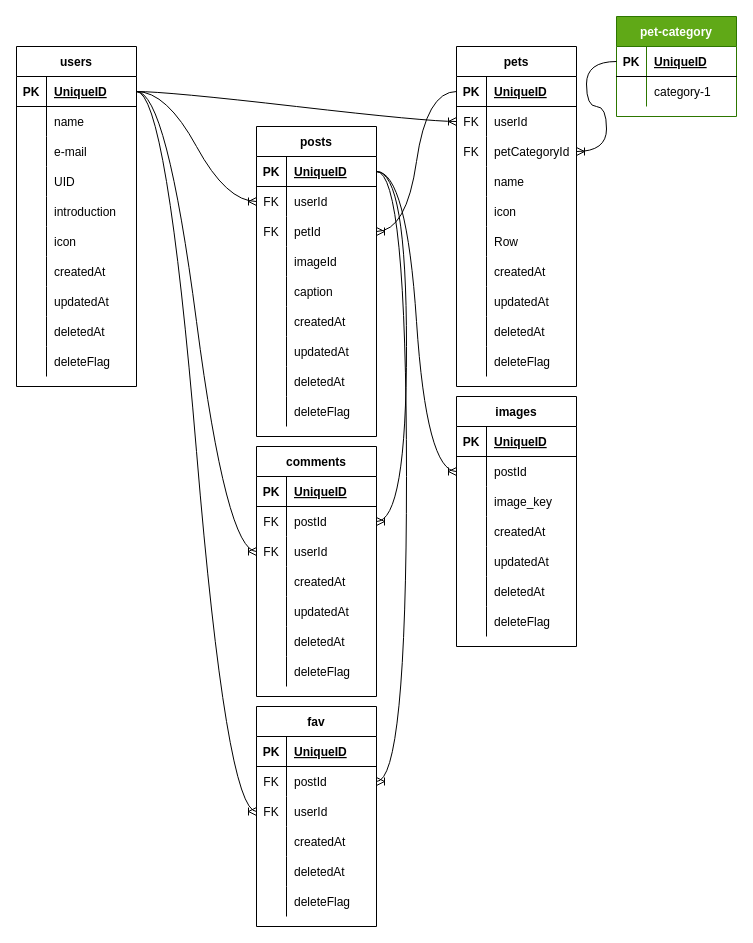
BC-Team1/pet-photo-SNS keeps this draw.io diagram as petSNS.drawio. Above is the earlier version. Source tidied: cells renumbered, new cells numbered last; positions are measured from the earlier drawing's top-left corner, leaving out a move shared by most shapes. Both pictures are drawn from the tidied source at 100%, with x=0, y=0 at pixel (16, 16).
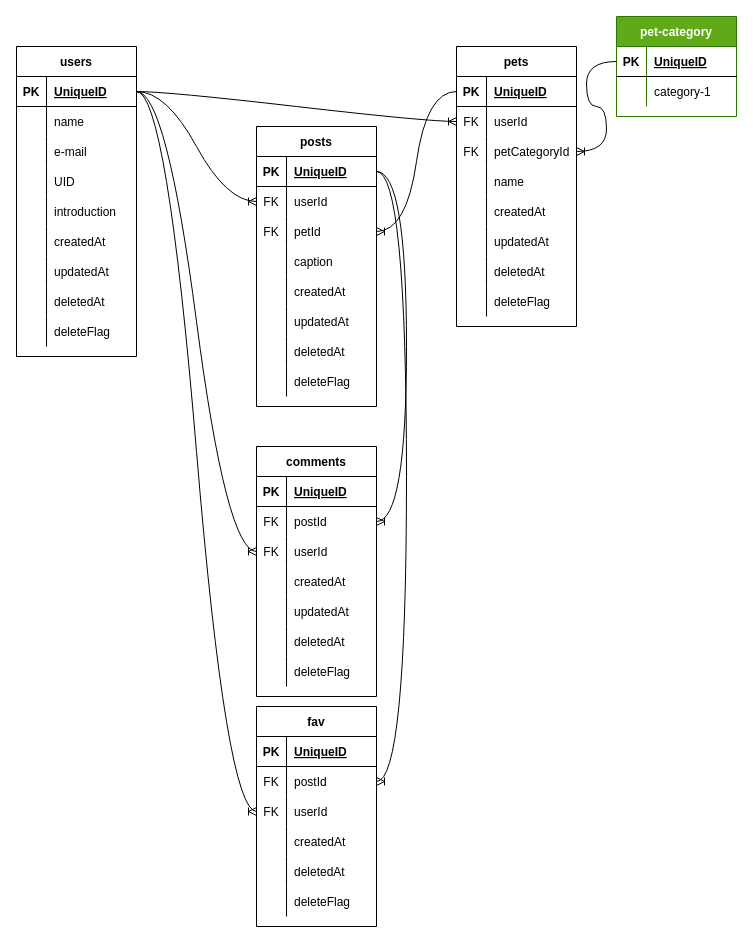
Above is the later version.

Unchanged cells that the change refers to:
```xml
<mxCell id="41" style="shape=partialRectangle;fillColor=none;top=0;left=0;bottom=1;right=0;points=[[0,0.5],[1,0.5]];portConstraint=eastwest;rounded=0;" parent="40" vertex="1">
  <mxGeometry y="30" width="120" height="30" as="geometry" />
</mxCell>
```

Change to the diagram source:
```diff
@@
     <mxCell id="9" value="users" style="shape=table;startSize=30;childLayout=tableLayout;rowLines=0;fontStyle=1;align=center;rounded=0;" parent="1" vertex="1">
-      <mxGeometry y="30" width="120" height="340" as="geometry" />
+      <mxGeometry y="30" width="120" height="310" as="geometry" />
     </mxCell>
@@
-    <mxCell id="25" style="shape=partialRectangle;fillColor=none;top=0;left=0;bottom=0;right=0;rounded=0;" parent="9" vertex="1">
-      <mxGeometry y="180" width="120" height="30" as="geometry" />
-    </mxCell>
-    <mxCell id="26" style="shape=partialRectangle;fillColor=none;top=0;left=0;bottom=0;right=0;overflow=hidden;rounded=0;" parent="25" vertex="1">
-      <mxGeometry width="30" height="30" as="geometry" />
-    </mxCell>
-    <mxCell id="27" value="icon" style="shape=partialRectangle;fillColor=none;top=0;left=0;bottom=0;right=0;align=left;spacingLeft=6;overflow=hidden;rounded=0;" parent="25" vertex="1">
-      <mxGeometry x="30" width="90" height="30" as="geometry" />
-    </mxCell>
     <mxCell id="28" style="shape=partialRectangle;fillColor=none;top=0;left=0;bottom=0;right=0;rounded=0;" parent="9" vertex="1">
-      <mxGeometry y="210" width="120" height="30" as="geometry" />
+      <mxGeometry y="180" width="120" height="30" as="geometry" />
     </mxCell>
@@
     <mxCell id="31" style="shape=partialRectangle;fillColor=none;top=0;left=0;bottom=0;right=0;rounded=0;" parent="9" vertex="1">
-      <mxGeometry y="240" width="120" height="30" as="geometry" />
+      <mxGeometry y="210" width="120" height="30" as="geometry" />
     </mxCell>
@@
     <mxCell id="34" style="shape=partialRectangle;fillColor=none;top=0;left=0;bottom=0;right=0;rounded=0;" parent="9" vertex="1">
-      <mxGeometry y="270" width="120" height="30" as="geometry" />
+      <mxGeometry y="240" width="120" height="30" as="geometry" />
     </mxCell>
@@
     <mxCell id="37" style="shape=partialRectangle;fillColor=none;top=0;left=0;bottom=0;right=0;rounded=0;" parent="9" vertex="1">
-      <mxGeometry y="300" width="120" height="30" as="geometry" />
+      <mxGeometry y="270" width="120" height="30" as="geometry" />
     </mxCell>
@@
     <mxCell id="40" value="posts" style="shape=table;startSize=30;childLayout=tableLayout;rowLines=0;fontStyle=1;align=center;rounded=0;" parent="1" vertex="1">
-      <mxGeometry x="240" y="110" width="120" height="310" as="geometry" />
+      <mxGeometry x="240" y="110" width="120" height="280" as="geometry" />
     </mxCell>
@@
-    <mxCell id="50" style="shape=partialRectangle;fillColor=none;top=0;left=0;bottom=0;right=0;rounded=0;" parent="40" vertex="1">
-      <mxGeometry y="120" width="120" height="30" as="geometry" />
-    </mxCell>
-    <mxCell id="51" style="shape=partialRectangle;fillColor=none;top=0;left=0;bottom=0;right=0;overflow=hidden;rounded=0;" parent="50" vertex="1">
-      <mxGeometry width="30" height="30" as="geometry" />
-    </mxCell>
-    <mxCell id="52" value="imageId" style="shape=partialRectangle;fillColor=none;top=0;left=0;bottom=0;right=0;align=left;spacingLeft=6;overflow=hidden;rounded=0;" parent="50" vertex="1">
-      <mxGeometry x="30" width="90" height="30" as="geometry" />
-    </mxCell>
     <mxCell id="53" style="shape=partialRectangle;fillColor=none;top=0;left=0;bottom=0;right=0;rounded=0;" parent="40" vertex="1">
-      <mxGeometry y="150" width="120" height="30" as="geometry" />
+      <mxGeometry y="120" width="120" height="30" as="geometry" />
     </mxCell>
@@
     <mxCell id="56" style="shape=partialRectangle;fillColor=none;top=0;left=0;bottom=0;right=0;rounded=0;" parent="40" vertex="1">
-      <mxGeometry y="180" width="120" height="30" as="geometry" />
+      <mxGeometry y="150" width="120" height="30" as="geometry" />
     </mxCell>
@@
     <mxCell id="59" style="shape=partialRectangle;fillColor=none;top=0;left=0;bottom=0;right=0;rounded=0;" parent="40" vertex="1">
-      <mxGeometry y="210" width="120" height="30" as="geometry" />
+      <mxGeometry y="180" width="120" height="30" as="geometry" />
     </mxCell>
@@
     <mxCell id="62" style="shape=partialRectangle;fillColor=none;top=0;left=0;bottom=0;right=0;rounded=0;" parent="40" vertex="1">
-      <mxGeometry y="240" width="120" height="30" as="geometry" />
+      <mxGeometry y="210" width="120" height="30" as="geometry" />
     </mxCell>
@@
     <mxCell id="65" style="shape=partialRectangle;fillColor=none;top=0;left=0;bottom=0;right=0;rounded=0;" parent="40" vertex="1">
-      <mxGeometry y="270" width="120" height="30" as="geometry" />
+      <mxGeometry y="240" width="120" height="30" as="geometry" />
     </mxCell>
@@
     <mxCell id="68" value="pets" style="shape=table;startSize=30;childLayout=tableLayout;rowLines=0;fontStyle=1;align=center;rounded=0;" parent="1" vertex="1">
-      <mxGeometry x="440" y="30" width="120" height="340" as="geometry" />
+      <mxGeometry x="440" y="30" width="120" height="280" as="geometry" />
     </mxCell>
@@
-    <mxCell id="81" style="shape=partialRectangle;fillColor=none;top=0;left=0;bottom=0;right=0;rounded=0;" parent="68" vertex="1">
-      <mxGeometry y="150" width="120" height="30" as="geometry" />
-    </mxCell>
-    <mxCell id="82" style="shape=partialRectangle;fillColor=none;top=0;left=0;bottom=0;right=0;overflow=hidden;rounded=0;" parent="81" vertex="1">
-      <mxGeometry width="30" height="30" as="geometry" />
-    </mxCell>
-    <mxCell id="83" value="icon" style="shape=partialRectangle;fillColor=none;top=0;left=0;bottom=0;right=0;align=left;spacingLeft=6;overflow=hidden;rounded=0;" parent="81" vertex="1">
-      <mxGeometry x="30" width="90" height="30" as="geometry" />
-    </mxCell>
-    <mxCell id="84" style="shape=partialRectangle;fillColor=none;top=0;left=0;bottom=0;right=0;" parent="68" vertex="1">
-      <mxGeometry y="180" width="120" height="30" as="geometry" />
-    </mxCell>
-    <mxCell id="85" style="shape=partialRectangle;fillColor=none;top=0;left=0;bottom=0;right=0;overflow=hidden;" parent="84" vertex="1">
-      <mxGeometry width="30" height="30" as="geometry" />
-    </mxCell>
-    <mxCell id="86" value="Row" style="shape=partialRectangle;fillColor=none;top=0;left=0;bottom=0;right=0;align=left;spacingLeft=6;overflow=hidden;" parent="84" vertex="1">
-      <mxGeometry x="30" width="90" height="30" as="geometry" />
-    </mxCell>
     <mxCell id="87" style="shape=partialRectangle;fillColor=none;top=0;left=0;bottom=0;right=0;rounded=0;" parent="68" vertex="1">
-      <mxGeometry y="210" width="120" height="30" as="geometry" />
+      <mxGeometry y="150" width="120" height="30" as="geometry" />
     </mxCell>
@@
     <mxCell id="90" style="shape=partialRectangle;fillColor=none;top=0;left=0;bottom=0;right=0;rounded=0;" parent="68" vertex="1">
-      <mxGeometry y="240" width="120" height="30" as="geometry" />
+      <mxGeometry y="180" width="120" height="30" as="geometry" />
     </mxCell>
@@
     <mxCell id="93" style="shape=partialRectangle;fillColor=none;top=0;left=0;bottom=0;right=0;rounded=0;" parent="68" vertex="1">
-      <mxGeometry y="270" width="120" height="30" as="geometry" />
+      <mxGeometry y="210" width="120" height="30" as="geometry" />
     </mxCell>
@@
     <mxCell id="96" style="shape=partialRectangle;fillColor=none;top=0;left=0;bottom=0;right=0;rounded=0;" parent="68" vertex="1">
-      <mxGeometry y="300" width="120" height="30" as="geometry" />
+      <mxGeometry y="240" width="120" height="30" as="geometry" />
     </mxCell>
@@
-    <mxCell id="146" value="images" style="shape=table;startSize=30;childLayout=tableLayout;rowLines=0;fontStyle=1;align=center;" parent="1" vertex="1">
-      <mxGeometry x="440" y="380" width="120" height="250" as="geometry" />
-    </mxCell>
-    <mxCell id="147" style="shape=partialRectangle;fillColor=none;top=0;left=0;bottom=1;right=0;" parent="146" vertex="1">
-      <mxGeometry y="30" width="120" height="30" as="geometry" />
-    </mxCell>
-    <mxCell id="148" value="PK" style="shape=partialRectangle;fillColor=none;top=0;left=0;bottom=0;right=0;fontStyle=1;overflow=hidden;" parent="147" vertex="1">
-      <mxGeometry width="30" height="30" as="geometry" />
-    </mxCell>
-    <mxCell id="149" value="UniqueID" style="shape=partialRectangle;fillColor=none;top=0;left=0;bottom=0;right=0;align=left;spacingLeft=6;fontStyle=5;overflow=hidden;" parent="147" vertex="1">
-      <mxGeometry x="30" width="90" height="30" as="geometry" />
-    </mxCell>
-    <mxCell id="150" style="shape=partialRectangle;fillColor=none;top=0;left=0;bottom=0;right=0;points=[[0,0.5],[1,0.5]];portConstraint=eastwest;" parent="146" vertex="1">
-      <mxGeometry y="60" width="120" height="30" as="geometry" />
-    </mxCell>
-    <mxCell id="151" style="shape=partialRectangle;fillColor=none;top=0;left=0;bottom=0;right=0;overflow=hidden;" parent="150" vertex="1">
-      <mxGeometry width="30" height="30" as="geometry" />
-    </mxCell>
-    <mxCell id="152" value="postId" style="shape=partialRectangle;fillColor=none;top=0;left=0;bottom=0;right=0;align=left;spacingLeft=6;overflow=hidden;" parent="150" vertex="1">
-      <mxGeometry x="30" width="90" height="30" as="geometry" />
-    </mxCell>
-    <mxCell id="153" style="shape=partialRectangle;fillColor=none;top=0;left=0;bottom=0;right=0;" parent="146" vertex="1">
-      <mxGeometry y="90" width="120" height="30" as="geometry" />
-    </mxCell>
-    <mxCell id="154" style="shape=partialRectangle;fillColor=none;top=0;left=0;bottom=0;right=0;overflow=hidden;" parent="153" vertex="1">
-      <mxGeometry width="30" height="30" as="geometry" />
-    </mxCell>
-    <mxCell id="155" value="image_key" style="shape=partialRectangle;fillColor=none;top=0;left=0;bottom=0;right=0;align=left;spacingLeft=6;overflow=hidden;" parent="153" vertex="1">
-      <mxGeometry x="30" width="90" height="30" as="geometry" />
-    </mxCell>
-    <mxCell id="156" style="shape=partialRectangle;fillColor=none;top=0;left=0;bottom=0;right=0;" parent="146" vertex="1">
-      <mxGeometry y="120" width="120" height="30" as="geometry" />
-    </mxCell>
-    <mxCell id="157" style="shape=partialRectangle;fillColor=none;top=0;left=0;bottom=0;right=0;overflow=hidden;" parent="156" vertex="1">
-      <mxGeometry width="30" height="30" as="geometry" />
-    </mxCell>
-    <mxCell id="158" value="createdAt" style="shape=partialRectangle;fillColor=none;top=0;left=0;bottom=0;right=0;align=left;spacingLeft=6;overflow=hidden;" parent="156" vertex="1">
-      <mxGeometry x="30" width="90" height="30" as="geometry" />
-    </mxCell>
-    <mxCell id="159" style="shape=partialRectangle;fillColor=none;top=0;left=0;bottom=0;right=0;" parent="146" vertex="1">
-      <mxGeometry y="150" width="120" height="30" as="geometry" />
-    </mxCell>
-    <mxCell id="160" style="shape=partialRectangle;fillColor=none;top=0;left=0;bottom=0;right=0;overflow=hidden;" parent="159" vertex="1">
-      <mxGeometry width="30" height="30" as="geometry" />
-    </mxCell>
-    <mxCell id="161" value="updatedAt" style="shape=partialRectangle;fillColor=none;top=0;left=0;bottom=0;right=0;align=left;spacingLeft=6;overflow=hidden;" parent="159" vertex="1">
-      <mxGeometry x="30" width="90" height="30" as="geometry" />
-    </mxCell>
-    <mxCell id="162" style="shape=partialRectangle;fillColor=none;top=0;left=0;bottom=0;right=0;" parent="146" vertex="1">
-      <mxGeometry y="180" width="120" height="30" as="geometry" />
-    </mxCell>
-    <mxCell id="163" style="shape=partialRectangle;fillColor=none;top=0;left=0;bottom=0;right=0;overflow=hidden;" parent="162" vertex="1">
-      <mxGeometry width="30" height="30" as="geometry" />
-    </mxCell>
-    <mxCell id="164" value="deletedAt" style="shape=partialRectangle;fillColor=none;top=0;left=0;bottom=0;right=0;align=left;spacingLeft=6;overflow=hidden;" parent="162" vertex="1">
-      <mxGeometry x="30" width="90" height="30" as="geometry" />
-    </mxCell>
-    <mxCell id="165" style="shape=partialRectangle;fillColor=none;top=0;left=0;bottom=0;right=0;" parent="146" vertex="1">
-      <mxGeometry y="210" width="120" height="30" as="geometry" />
-    </mxCell>
-    <mxCell id="166" style="shape=partialRectangle;fillColor=none;top=0;left=0;bottom=0;right=0;overflow=hidden;" parent="165" vertex="1">
-      <mxGeometry width="30" height="30" as="geometry" />
-    </mxCell>
-    <mxCell id="167" value="deleteFlag" style="shape=partialRectangle;fillColor=none;top=0;left=0;bottom=0;right=0;align=left;spacingLeft=6;overflow=hidden;" parent="165" vertex="1">
-      <mxGeometry x="30" width="90" height="30" as="geometry" />
-    </mxCell>
@@
-    <mxCell id="170" style="edgeStyle=entityRelationEdgeStyle;fontSize=12;html=1;endArrow=ERoneToMany;curved=1;" parent="1" edge="1" source="41" target="150">
-      <mxGeometry relative="1" as="geometry" />
-    </mxCell>
```
